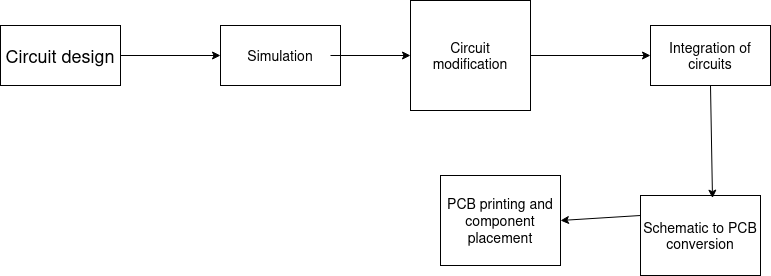
achieng65/alx-system_engineering-devops keeps this draw.io diagram as Untitled_Diagram.drawio.png. Above is the earlier version. Source tidied: cells renumbered, new cells last; positions are measured from the earlier drawing's top-left corner, leaving out a move shared by most shapes.
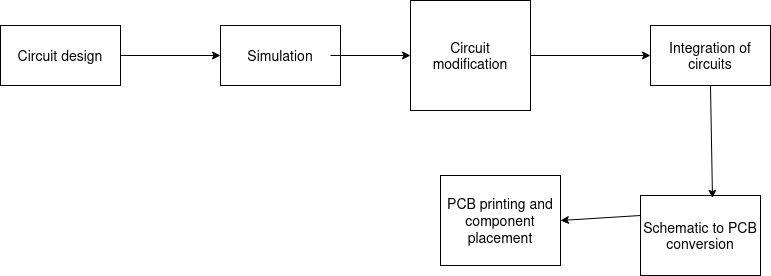
Later version of the same file.

Change to the diagram source:
```diff
@@ -2,7 +2,7 @@
   <root>
     <mxCell id="0" />
     <mxCell id="1" parent="0" />
-    <mxCell id="2" value="&lt;font style=&quot;font-size: 18px;&quot;&gt;Circuit design&lt;/font&gt;" style="rounded=0;whiteSpace=wrap;html=1;" parent="1" vertex="1">
+    <mxCell id="2" value="&lt;font style=&quot;font-size: 14px;&quot;&gt;Circuit design&lt;/font&gt;" style="rounded=0;whiteSpace=wrap;html=1;" parent="1" vertex="1">
       <mxGeometry y="25" width="120" height="60" as="geometry" />
     </mxCell>
     <mxCell id="3" value="&lt;font style=&quot;font-size: 14px;&quot;&gt;Simulation&lt;/font&gt;" style="rounded=0;whiteSpace=wrap;html=1;" parent="1" vertex="1">
```
